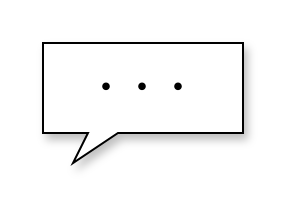
hiyoko3/splat-capsule-simulator keeps this draw.io diagram as page "plate-label" (14 of 20) of doc/splat-capsule.drawio. Above is the earlier version. Source tidied: cells renumbered, new cells numbered last; positions are measured from the earlier drawing's top-left corner, leaving out a move shared by most shapes. Both pictures are drawn from the tidied source at 200%, with x=0, y=0 at pixel (42, 42).
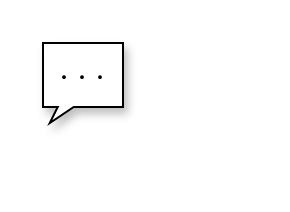
After the change.

The edit, as a diff of the source:
```diff
@@
 <mxGraphModel>
   <root>
     <mxCell id="0" />
     <mxCell id="1" parent="0" />
-    <mxCell id="2" value="・・・" style="whiteSpace=wrap;html=1;shape=mxgraph.basic.rectCallout;dx=30;dy=15;boundedLbl=1;rounded=0;shadow=1;sketch=0;fontSize=18;fillColor=default;" parent="1" vertex="1">
-      <mxGeometry width="100" height="60" as="geometry" />
+    <mxCell id="2" value="&lt;div style=&quot;line-height: 100%;&quot;&gt;&lt;span style=&quot;background-color: initial;&quot;&gt;&lt;font style=&quot;font-size: 9px;&quot;&gt;・・・&lt;/font&gt;&lt;/span&gt;&lt;/div&gt;" style="whiteSpace=wrap;html=1;shape=mxgraph.basic.rectCallout;dx=11.37;dy=8;boundedLbl=1;rounded=0;shadow=1;sketch=0;fontSize=18;fillColor=default;align=center;" parent="1" vertex="1">
+      <mxGeometry width="40" height="40" as="geometry" />
     </mxCell>
   </root>
 </mxGraphModel>
```
